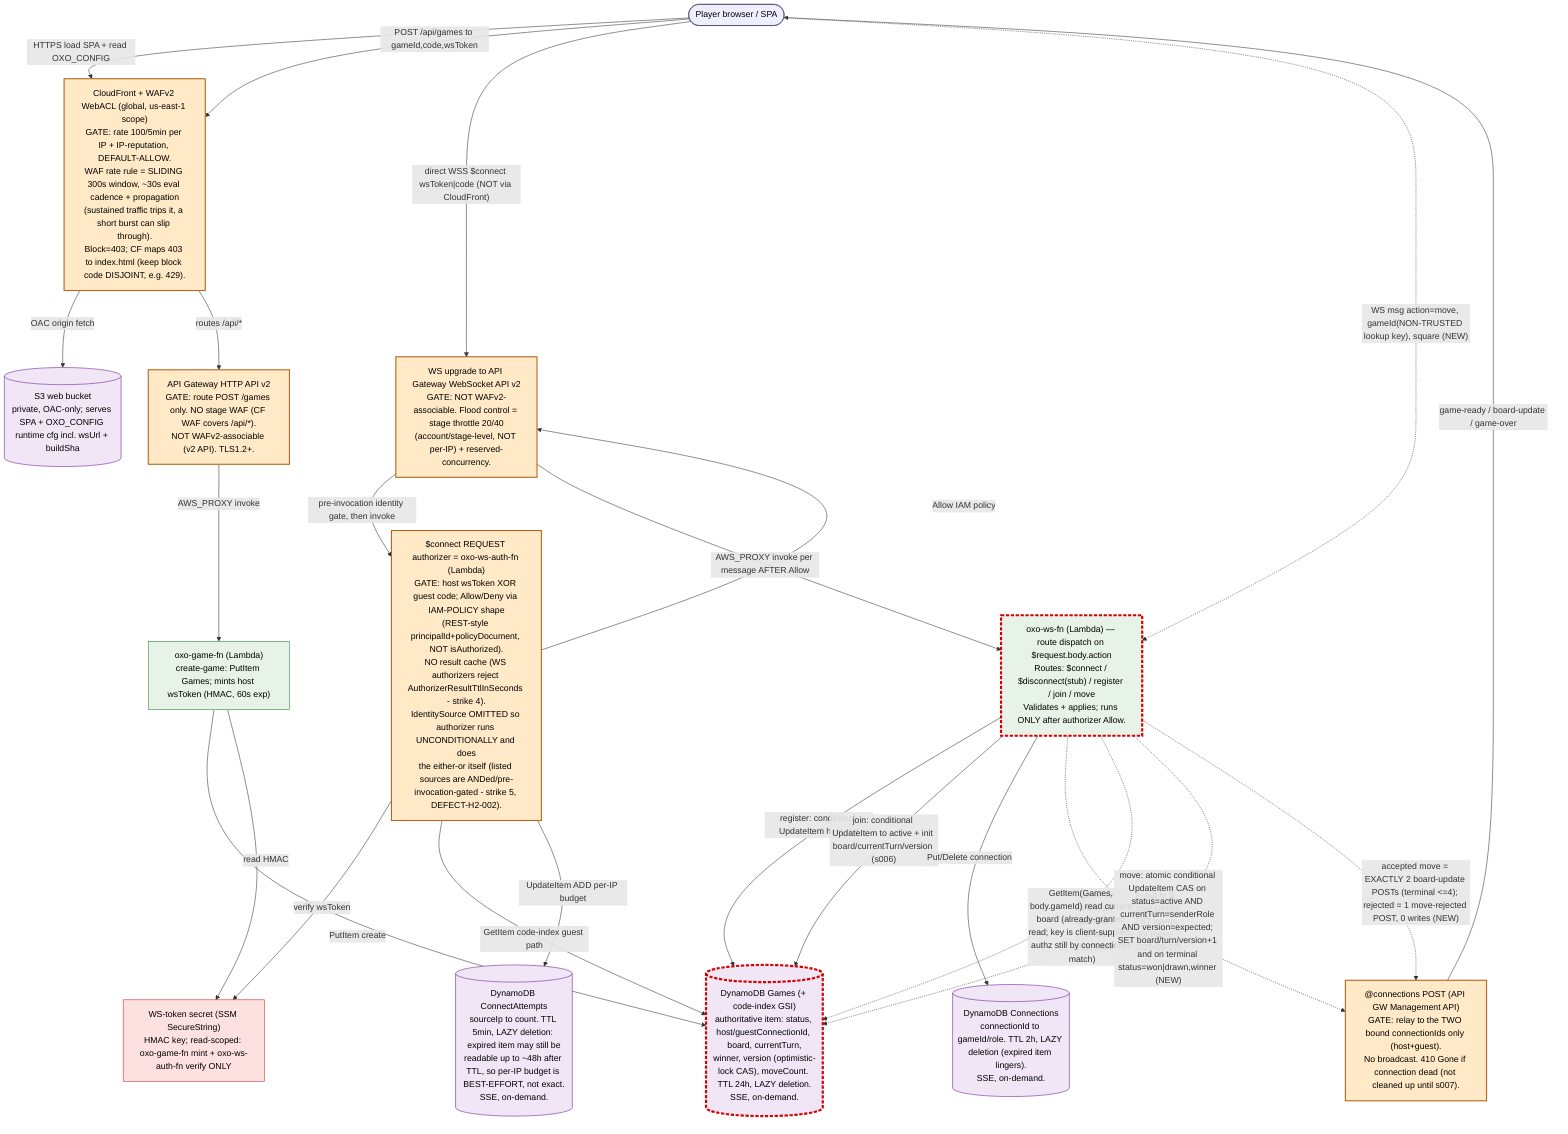
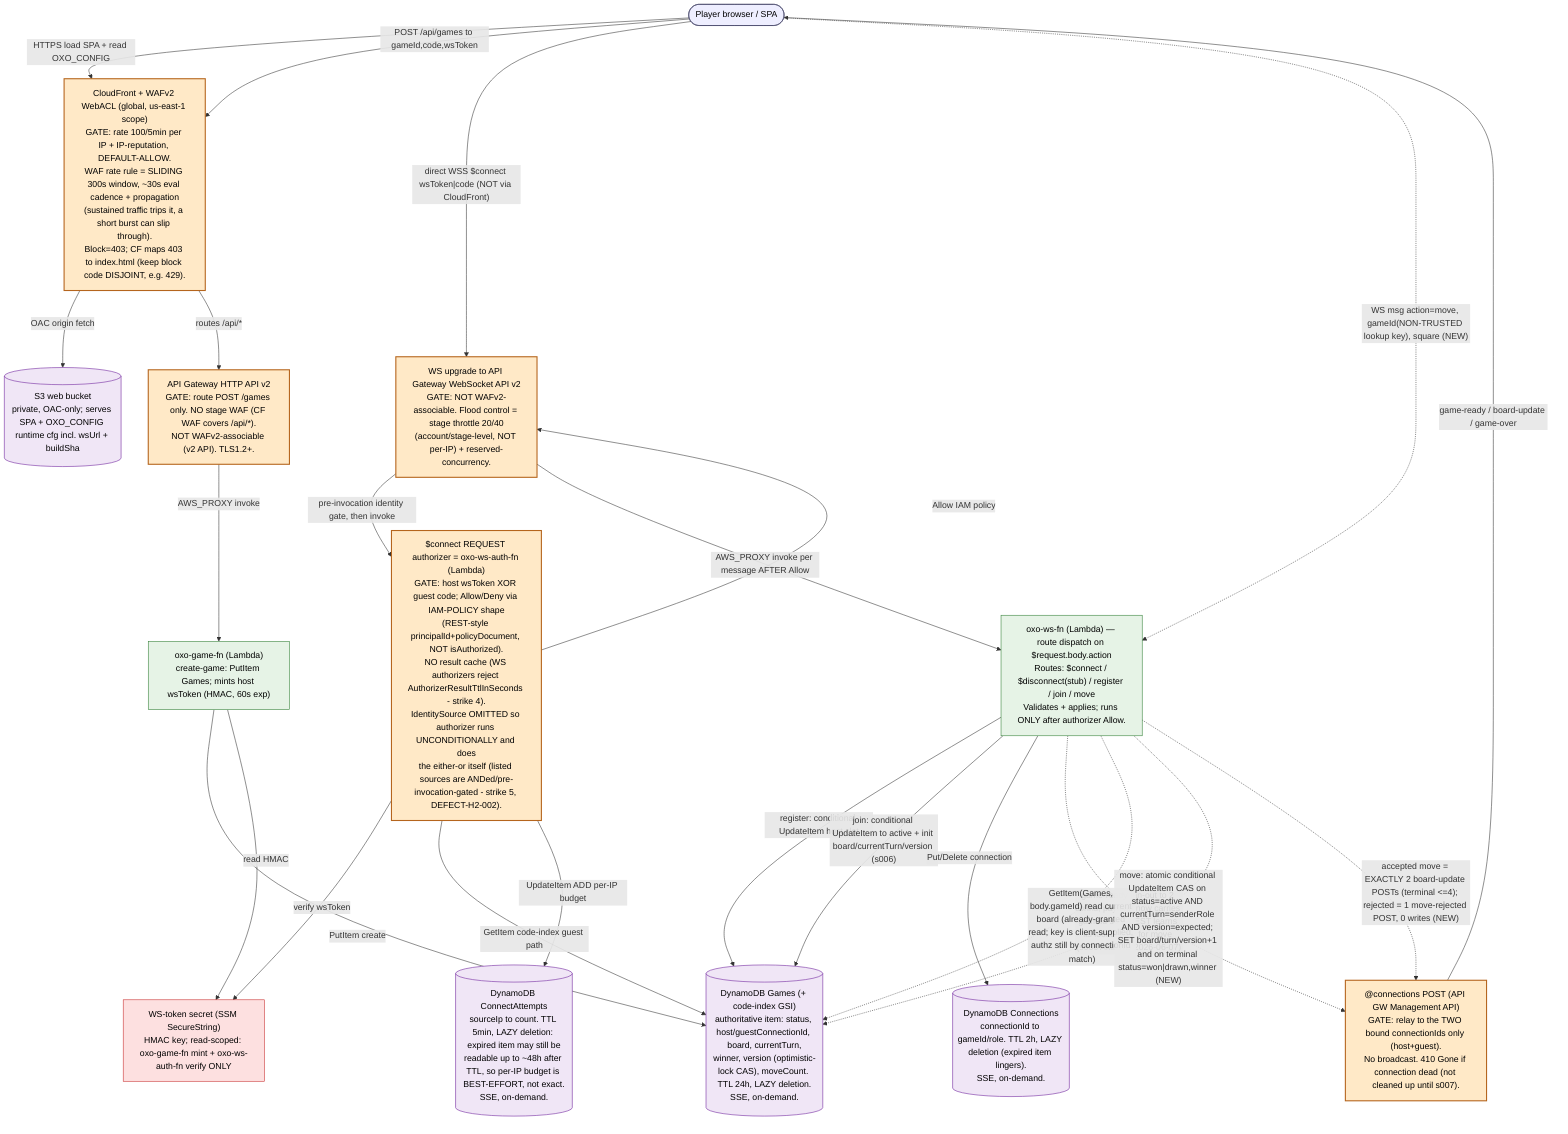
%% oxo-online runtime data-flow — FIRST EDITION (s006, OI-31 architect share, process §12a)
%% Platform GATES are explicit nodes. Non-obvious platform semantics are named ON the node.
%% This file is the TESTER's planning input. classDef changed marks THIS slice's (s006) delta.
%% Granularity: module / gate level (coarse). Built scope only (deferred items are NOT drawn).

flowchart TD

  %% ---- Edge / SPA path (HTTPS) ----
  player(["Player browser / SPA"]):::actor
  cfwaf["CloudFront + WAFv2 WebACL (global, us-east-1 scope)<br/>GATE: rate 100/5min per IP + IP-reputation, DEFAULT-ALLOW.<br/>WAF rate rule = SLIDING 300s window, ~30s eval cadence + propagation<br/>(sustained traffic trips it, a short burst can slip through).<br/>Block=403; CF maps 403 to index.html (keep block code DISJOINT, e.g. 429)."]:::gate
  s3[("S3 web bucket<br/>private, OAC-only; serves SPA + OXO_CONFIG runtime cfg incl. wsUrl + buildSha")]:::store
  httpapi["API Gateway HTTP API v2<br/>GATE: route POST /games only. NO stage WAF (CF WAF covers /api/*).<br/>NOT WAFv2-associable (v2 API). TLS1.2+."]:::gate
  gamefn["oxo-game-fn (Lambda)<br/>create-game: PutItem Games; mints host wsToken (HMAC, 60s exp)"]:::compute
  secret["WS-token secret (SSM SecureString)<br/>HMAC key; read-scoped: oxo-game-fn mint + oxo-ws-auth-fn verify ONLY"]:::secret

  %% ---- WebSocket path (WSS, NOT via CloudFront) ----
  wsupgrade["WS upgrade to API Gateway WebSocket API v2<br/>GATE: NOT WAFv2-associable. Flood control = stage throttle 20/40<br/>(account/stage-level, NOT per-IP) + reserved-concurrency."]:::gate
  wsauth["$connect REQUEST authorizer = oxo-ws-auth-fn (Lambda)<br/>GATE: host wsToken XOR guest code; Allow/Deny via IAM-POLICY shape<br/>(REST-style principalId+policyDocument, NOT isAuthorized).<br/>NO result cache (WS authorizers reject AuthorizerResultTtlInSeconds - strike 4).<br/>IdentitySource OMITTED so authorizer runs UNCONDITIONALLY and does<br/>the either-or itself (listed sources are ANDed/pre-invocation-gated - strike 5, DEFECT-H2-002)."]:::gate
  attempts[("DynamoDB ConnectAttempts<br/>sourceIp to count. TTL 5min, LAZY deletion: expired item may still be<br/>readable up to ~48h after TTL, so per-IP budget is BEST-EFFORT, not exact.<br/>SSE, on-demand.")]:::store
  wsfn["oxo-ws-fn (Lambda) — route dispatch on $request.body.action<br/>Routes: $connect / $disconnect(stub) / register / join / move<br/>Validates + applies; runs ONLY after authorizer Allow."]:::compute
  conn[("DynamoDB Connections<br/>connectionId to gameId/role. TTL 2h, LAZY deletion (expired item lingers).<br/>SSE, on-demand.")]:::store
  games[("DynamoDB Games (+ code-index GSI)<br/>authoritative item: status, host/guestConnectionId, board, currentTurn,<br/>winner, version (optimistic-lock CAS), moveCount. TTL 24h, LAZY deletion.<br/>SSE, on-demand.")]:::store
  relay["@connections POST (API GW Management API)<br/>GATE: relay to the TWO bound connectionIds only (host+guest).<br/>No broadcast. 410 Gone if connection dead (not cleaned up until s007)."]:::gate

  %% ---- Existing edges (built s001..s005-h2) ----
  player -->|"HTTPS load SPA + read OXO_CONFIG"| cfwaf
  cfwaf -->|"OAC origin fetch"| s3
  cfwaf -->|"routes /api/*"| httpapi
  player -->|"POST /api/games to gameId,code,wsToken"| cfwaf
  httpapi -->|"AWS_PROXY invoke"| gamefn
  gamefn -->|"PutItem create"| games
  gamefn -->|"read HMAC"| secret

  player -->|"direct WSS $connect wsToken|code (NOT via CloudFront)"| wsupgrade
  wsupgrade -->|"pre-invocation identity gate, then invoke"| wsauth
  wsauth -->|"verify wsToken"| secret
  wsauth -->|"GetItem code-index guest path"| games
  wsauth -->|"UpdateItem ADD per-IP budget"| attempts
  wsauth -->|"Allow IAM policy"| wsupgrade
  wsupgrade -->|"AWS_PROXY invoke per message AFTER Allow"| wsfn
  wsfn -->|"register: conditional UpdateItem host slot"| games
  wsfn -->|"join: conditional UpdateItem to active + init board/currentTurn/version (s006)"| games
  wsfn -->|"Put/Delete connection"| conn
  wsfn -.->|"game-ready fan-out to 2 conns; payload now carries gameId so GUEST learns its lookup key for move (s006 AMEND 2026-06-07)"| relay
  relay -->|"game-ready / board-update / game-over"| player

  %% ---- s006 NEW data flow: move relay (CHANGED, dotted) ----
  %% AMEND 2026-06-07: move frame carries gameId as a NON-TRUSTED LOOKUP KEY (selects
  %% the Games item to read; NOT an identity/role claim). Authorization is the
  %% server-side match of the REAL requestContext.connectionId vs stored host/guest
  %% ConnectionId; forged gameId resolves a game the sender is not in -> reject, no
  %% write. This is why NO Connections-read edge is added on the move path (S5 intact).
  %% game-ready fan-out (line 44 / join.ts) must now also carry gameId so the GUEST
  %% (joins by code) can supply the lookup key.
  player -.->|"WS msg action=move, gameId(NON-TRUSTED lookup key), square (NEW)"| wsfn
  wsfn -.->|"GetItem(Games, body.gameId) read current board (already-granted read; key is client-supplied, authz still by connectionId match)"| games
  wsfn -.->|"move: atomic conditional UpdateItem CAS on status=active AND currentTurn=senderRole AND version=expected; SET board/turn/version+1 and on terminal status=won|drawn,winner (NEW)"| games
  wsfn -.->|"accepted move = EXACTLY 2 board-update POSTs (terminal <=4); rejected = 1 move-rejected POST, 0 writes (NEW)"| relay

  %% ---- classDef ----
  classDef actor fill:#eef,stroke:#446,color:#000;
  classDef gate fill:#ffe9c7,stroke:#b5651d,color:#000,stroke-width:2px;
  classDef compute fill:#e6f3e6,stroke:#2e7d32,color:#000;
  classDef store fill:#f0e6f6,stroke:#6a1b9a,color:#000;
  classDef secret fill:#fde0e0,stroke:#c62828,color:#000;
  classDef changed stroke:#d50000,stroke-width:4px,stroke-dasharray:6 3;

-   %% s006 changed nodes (the move handler is the touched compute; Games gains move-write semantics)
-   class wsfn changed;
-   class games changed;
- 
-   %% s006 changed EDGES are the dotted (-.->) edges above:
-   %%   player->wsfn (move msg), wsfn->games (read), wsfn->games (move CAS write), wsfn->relay (2-post relay).
-   %% Tester: plan move-relay test coverage from the dashed-red nodes and dotted edges.
+   %% s006 changed marks CLEARED (2026-06-07 — tester consumed, UC6 prod validation PASS)
+   %% Previously marked: wsfn (move route), games (move-write semantics).
+   %% Dotted edges (move msg, GetItem, CAS write, 2-post relay) are now delivered/stable.
